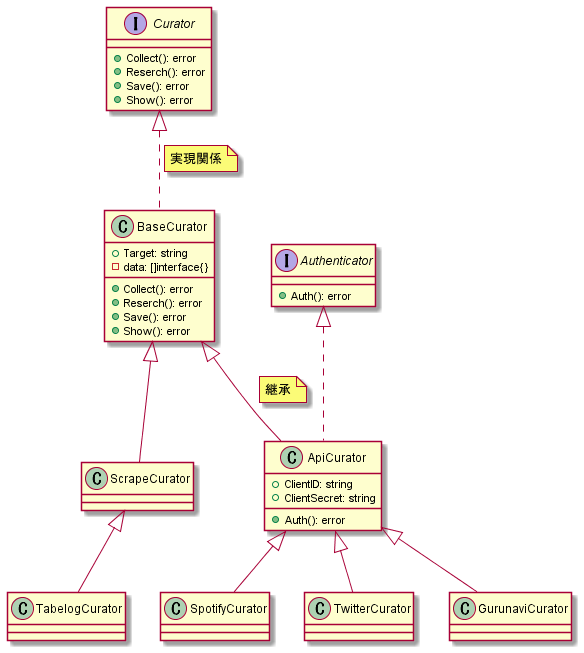
The PlantUML diagram class.png in ddddddO/oop-go, before a commit.
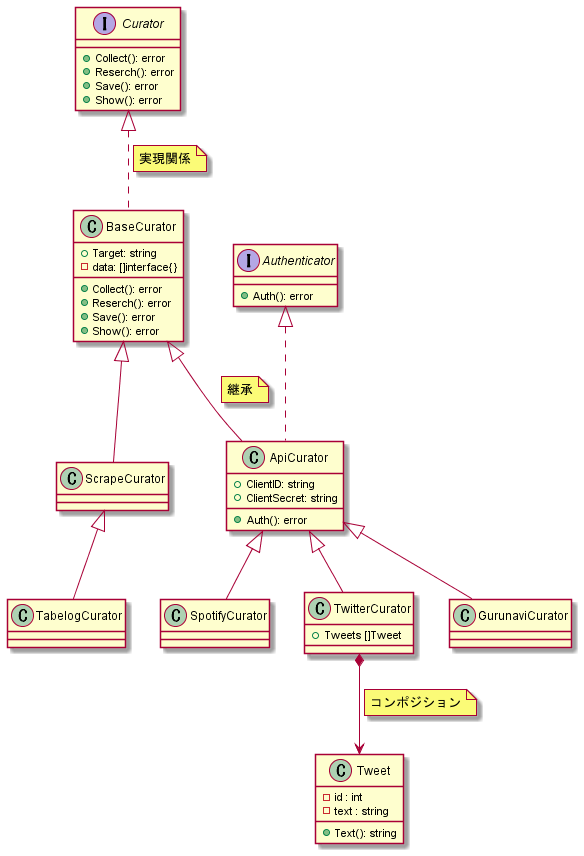
After the commit.

Commit message:
Add class Tweet

The edit, as a diff of the source:
```diff
@@ -33,6 +33,7 @@
 }
 
 class TwitterCurator {
+	+ Tweets []Tweet
 }
 
 class ScrapeCurator {
@@ -41,7 +42,11 @@
 class TabelogCurator {
 }
 
-
+class Tweet {
+    - id : int
+    - text : string
+	+ Text(): string
+}
 
 Curator <|.. BaseCurator
 note on link
@@ -62,7 +67,9 @@
 ApiCurator <|-- GurunaviCurator
 ApiCurator <|-- SpotifyCurator
 ApiCurator <|-- TwitterCurator
-
-
+TwitterCurator *--> Tweet
+note on link
+コンポジション
+end note
 
 @enduml
```
